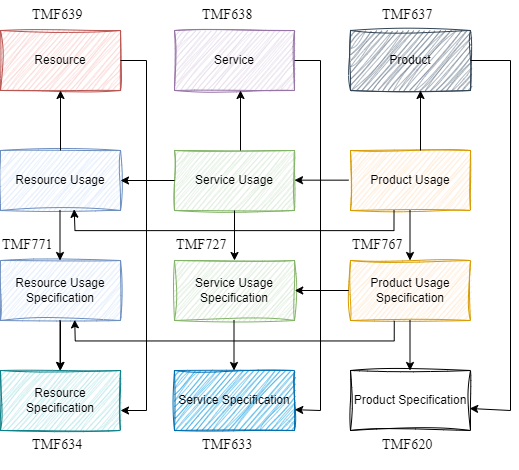
Before: Unbenanntes Diagramm.drawio.png, a diagram exported from draw.io (slookin/stuff). Source tidied: cells renumbered, new cells last; positions are measured from the earlier drawing's top-left corner, leaving out a move shared by most shapes.
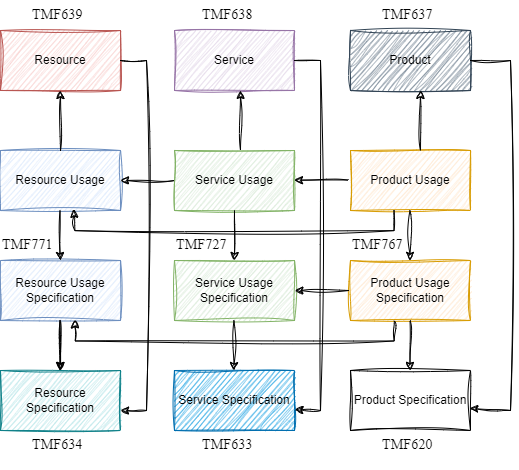
After the commit.

What changed in the source:
```diff
@@ -5,7 +5,7 @@
     <mxCell id="2" value="Resource Usage" style="rounded=0;whiteSpace=wrap;html=1;sketch=1;curveFitting=1;jiggle=2;fillColor=#dae8fc;strokeColor=#6c8ebf;" parent="1" vertex="1">
       <mxGeometry y="150" width="120" height="60" as="geometry" />
     </mxCell>
-    <mxCell id="3" style="edgeStyle=orthogonalEdgeStyle;rounded=0;jettySize=auto;html=1;" parent="1" edge="1" source="4" target="12">
+    <mxCell id="3" style="edgeStyle=orthogonalEdgeStyle;rounded=0;jettySize=auto;html=1;sketch=1;curveFitting=1;jiggle=2;" parent="1" edge="1" source="4" target="12">
       <mxGeometry relative="1" as="geometry" />
     </mxCell>
     <mxCell id="4" value="Resource Usage Specification" style="rounded=0;whiteSpace=wrap;html=1;sketch=1;curveFitting=1;jiggle=2;fillColor=#dae8fc;strokeColor=#6c8ebf;" parent="1" vertex="1">
@@ -41,40 +41,40 @@
     <mxCell id="14" value="Service Specification" style="rounded=0;whiteSpace=wrap;html=1;sketch=1;curveFitting=1;jiggle=2;fillColor=#1ba1e2;strokeColor=#006EAF;fontColor=#000000;" parent="1" vertex="1">
       <mxGeometry x="174" y="370" width="120" height="60" as="geometry" />
     </mxCell>
-    <mxCell id="15" style="endArrow=classic;html=1;rounded=0;exitX=0.5;exitY=1;exitDx=0;exitDy=0;entryX=0.5;entryY=0;entryDx=0;entryDy=0;" parent="1" edge="1" source="5" target="6">
+    <mxCell id="15" style="endArrow=classic;html=1;rounded=0;exitX=0.5;exitY=1;exitDx=0;exitDy=0;entryX=0.5;entryY=0;entryDx=0;entryDy=0;sketch=1;curveFitting=1;jiggle=2;" parent="1" edge="1" source="5" target="6">
       <mxGeometry relative="1" as="geometry" />
     </mxCell>
-    <mxCell id="16" style="endArrow=classic;html=1;rounded=0;exitX=0.5;exitY=1;exitDx=0;exitDy=0;entryX=0.5;entryY=0;entryDx=0;entryDy=0;" parent="1" edge="1">
+    <mxCell id="16" style="endArrow=classic;html=1;rounded=0;exitX=0.5;exitY=1;exitDx=0;exitDy=0;entryX=0.5;entryY=0;entryDx=0;entryDy=0;sketch=1;curveFitting=1;jiggle=2;" parent="1" edge="1">
       <mxGeometry relative="1" as="geometry">
         <mxPoint x="409.5" y="210" as="sourcePoint" />
         <mxPoint x="409.5" y="260" as="targetPoint" />
       </mxGeometry>
     </mxCell>
-    <mxCell id="17" style="endArrow=classic;html=1;rounded=0;exitX=0.5;exitY=1;exitDx=0;exitDy=0;entryX=0.5;entryY=0;entryDx=0;entryDy=0;" parent="1" edge="1">
+    <mxCell id="17" style="endArrow=classic;html=1;rounded=0;exitX=0.5;exitY=1;exitDx=0;exitDy=0;entryX=0.5;entryY=0;entryDx=0;entryDy=0;sketch=1;curveFitting=1;jiggle=2;" parent="1" edge="1">
       <mxGeometry relative="1" as="geometry">
         <mxPoint x="409.5" y="320" as="sourcePoint" />
         <mxPoint x="409.5" y="370" as="targetPoint" />
       </mxGeometry>
     </mxCell>
-    <mxCell id="18" style="endArrow=classic;html=1;rounded=0;exitX=0.5;exitY=1;exitDx=0;exitDy=0;entryX=0.5;entryY=0;entryDx=0;entryDy=0;" parent="1" edge="1">
+    <mxCell id="18" style="endArrow=classic;html=1;rounded=0;exitX=0.5;exitY=1;exitDx=0;exitDy=0;entryX=0.5;entryY=0;entryDx=0;entryDy=0;sketch=1;curveFitting=1;jiggle=2;" parent="1" edge="1">
       <mxGeometry relative="1" as="geometry">
         <mxPoint x="233.5" y="320" as="sourcePoint" />
         <mxPoint x="233.5" y="370" as="targetPoint" />
       </mxGeometry>
     </mxCell>
-    <mxCell id="19" style="endArrow=classic;html=1;rounded=0;exitX=0.5;exitY=1;exitDx=0;exitDy=0;entryX=0.5;entryY=0;entryDx=0;entryDy=0;" parent="1" edge="1">
+    <mxCell id="19" style="endArrow=classic;html=1;rounded=0;exitX=0.5;exitY=1;exitDx=0;exitDy=0;entryX=0.5;entryY=0;entryDx=0;entryDy=0;sketch=1;curveFitting=1;jiggle=2;" parent="1" edge="1">
       <mxGeometry relative="1" as="geometry">
         <mxPoint x="59.5" y="320" as="sourcePoint" />
         <mxPoint x="59.5" y="370" as="targetPoint" />
       </mxGeometry>
     </mxCell>
-    <mxCell id="20" style="endArrow=classic;html=1;rounded=0;exitX=0.5;exitY=1;exitDx=0;exitDy=0;entryX=0.5;entryY=0;entryDx=0;entryDy=0;" parent="1" edge="1">
+    <mxCell id="20" style="endArrow=classic;html=1;rounded=0;exitX=0.5;exitY=1;exitDx=0;exitDy=0;entryX=0.5;entryY=0;entryDx=0;entryDy=0;sketch=1;curveFitting=1;jiggle=2;" parent="1" edge="1">
       <mxGeometry relative="1" as="geometry">
         <mxPoint x="59.5" y="210" as="sourcePoint" />
         <mxPoint x="59.5" y="260" as="targetPoint" />
       </mxGeometry>
     </mxCell>
-    <mxCell id="21" style="endArrow=classic;html=1;rounded=0;exitX=1;exitY=0.5;exitDx=0;exitDy=0;entryX=0.993;entryY=0.633;entryDx=0;entryDy=0;entryPerimeter=0;" parent="1" edge="1" source="11" target="13">
+    <mxCell id="21" style="endArrow=classic;html=1;rounded=0;exitX=1;exitY=0.5;exitDx=0;exitDy=0;entryX=0.993;entryY=0.633;entryDx=0;entryDy=0;entryPerimeter=0;sketch=1;curveFitting=1;jiggle=2;" parent="1" edge="1" source="11" target="13">
       <mxGeometry relative="1" as="geometry">
         <Array as="points">
           <mxPoint x="510" y="60" />
@@ -82,7 +82,7 @@
         </Array>
       </mxGeometry>
     </mxCell>
-    <mxCell id="22" style="endArrow=classic;html=1;rounded=0;entryX=1.002;entryY=0.653;entryDx=0;entryDy=0;entryPerimeter=0;exitX=1;exitY=0.5;exitDx=0;exitDy=0;" parent="1" edge="1" source="10" target="14">
+    <mxCell id="22" style="endArrow=classic;html=1;rounded=0;entryX=1.002;entryY=0.653;entryDx=0;entryDy=0;entryPerimeter=0;exitX=1;exitY=0.5;exitDx=0;exitDy=0;sketch=1;curveFitting=1;jiggle=2;" parent="1" edge="1" source="10" target="14">
       <mxGeometry relative="1" as="geometry">
         <Array as="points">
           <mxPoint x="320" y="60" />
@@ -90,7 +90,7 @@
         </Array>
       </mxGeometry>
     </mxCell>
-    <mxCell id="23" style="endArrow=classic;html=1;rounded=0;exitX=1;exitY=0.5;exitDx=0;exitDy=0;" parent="1" edge="1">
+    <mxCell id="23" style="endArrow=classic;html=1;rounded=0;exitX=1;exitY=0.5;exitDx=0;exitDy=0;sketch=1;curveFitting=1;jiggle=2;" parent="1" edge="1">
       <mxGeometry relative="1" as="geometry">
         <mxPoint x="120" y="60" as="sourcePoint" />
         <mxPoint x="120" y="410" as="targetPoint" />
@@ -100,58 +100,58 @@
         </Array>
       </mxGeometry>
     </mxCell>
-    <mxCell id="24" style="endArrow=classic;html=1;rounded=0;entryX=0.5;entryY=1;entryDx=0;entryDy=0;exitX=0.5;exitY=0;exitDx=0;exitDy=0;" parent="1" edge="1" source="2" target="9">
+    <mxCell id="24" style="endArrow=classic;html=1;rounded=0;entryX=0.5;entryY=1;entryDx=0;entryDy=0;exitX=0.5;exitY=0;exitDx=0;exitDy=0;sketch=1;curveFitting=1;jiggle=2;" parent="1" edge="1" source="2" target="9">
       <mxGeometry relative="1" as="geometry" />
     </mxCell>
-    <mxCell id="25" style="endArrow=classic;html=1;rounded=0;entryX=0.5;entryY=1;entryDx=0;entryDy=0;exitX=0.5;exitY=0;exitDx=0;exitDy=0;" parent="1" edge="1">
+    <mxCell id="25" style="endArrow=classic;html=1;rounded=0;entryX=0.5;entryY=1;entryDx=0;entryDy=0;exitX=0.5;exitY=0;exitDx=0;exitDy=0;sketch=1;curveFitting=1;jiggle=2;" parent="1" edge="1">
       <mxGeometry relative="1" as="geometry">
         <mxPoint x="240" y="150" as="sourcePoint" />
         <mxPoint x="240" y="90" as="targetPoint" />
       </mxGeometry>
     </mxCell>
-    <mxCell id="26" style="endArrow=classic;html=1;rounded=0;entryX=0.5;entryY=1;entryDx=0;entryDy=0;exitX=0.5;exitY=0;exitDx=0;exitDy=0;" parent="1" edge="1">
+    <mxCell id="26" style="endArrow=classic;html=1;rounded=0;entryX=0.5;entryY=1;entryDx=0;entryDy=0;exitX=0.5;exitY=0;exitDx=0;exitDy=0;sketch=1;curveFitting=1;jiggle=2;" parent="1" edge="1">
       <mxGeometry relative="1" as="geometry">
         <mxPoint x="420" y="150" as="sourcePoint" />
         <mxPoint x="420" y="90" as="targetPoint" />
       </mxGeometry>
     </mxCell>
-    <mxCell id="27" value="&lt;span style=&quot;color: rgb(0, 0, 0); font-family: __gothamFont_add2ec, __gothamFont_Fallback_add2ec; font-size: 14px; font-style: normal; font-variant-ligatures: normal; font-variant-caps: normal; font-weight: 400; letter-spacing: 0.14994px; orphans: 2; text-align: center; text-indent: 0px; text-transform: none; widows: 2; word-spacing: 0px; -webkit-text-stroke-width: 0px; background-color: rgb(255, 255, 255); text-decoration-thickness: initial; text-decoration-style: initial; text-decoration-color: initial; float: none; display: inline !important;&quot;&gt;TMF637&lt;/span&gt;" style="text;whiteSpace=wrap;html=1;" parent="1" vertex="1">
+    <mxCell id="27" value="&lt;span style=&quot;color: rgb(0, 0, 0); font-family: __gothamFont_add2ec, __gothamFont_Fallback_add2ec; font-size: 14px; font-style: normal; font-variant-ligatures: normal; font-variant-caps: normal; font-weight: 400; letter-spacing: 0.14994px; orphans: 2; text-align: center; text-indent: 0px; text-transform: none; widows: 2; word-spacing: 0px; -webkit-text-stroke-width: 0px; background-color: rgb(255, 255, 255); text-decoration-thickness: initial; text-decoration-style: initial; text-decoration-color: initial; float: none; display: inline !important;&quot;&gt;TMF637&lt;/span&gt;" style="text;whiteSpace=wrap;html=1;sketch=1;curveFitting=1;jiggle=2;" parent="1" vertex="1">
       <mxGeometry x="380" width="80" height="40" as="geometry" />
     </mxCell>
-    <mxCell id="28" value="&lt;span style=&quot;color: rgb(0, 0, 0); font-family: __gothamFont_add2ec, __gothamFont_Fallback_add2ec; font-size: 14px; font-style: normal; font-variant-ligatures: normal; font-variant-caps: normal; font-weight: 400; letter-spacing: 0.14994px; orphans: 2; text-align: center; text-indent: 0px; text-transform: none; widows: 2; word-spacing: 0px; -webkit-text-stroke-width: 0px; background-color: rgb(255, 255, 255); text-decoration-thickness: initial; text-decoration-style: initial; text-decoration-color: initial; float: none; display: inline !important;&quot;&gt;TMF638&lt;/span&gt;" style="text;whiteSpace=wrap;html=1;" parent="1" vertex="1">
+    <mxCell id="28" value="&lt;span style=&quot;color: rgb(0, 0, 0); font-family: __gothamFont_add2ec, __gothamFont_Fallback_add2ec; font-size: 14px; font-style: normal; font-variant-ligatures: normal; font-variant-caps: normal; font-weight: 400; letter-spacing: 0.14994px; orphans: 2; text-align: center; text-indent: 0px; text-transform: none; widows: 2; word-spacing: 0px; -webkit-text-stroke-width: 0px; background-color: rgb(255, 255, 255); text-decoration-thickness: initial; text-decoration-style: initial; text-decoration-color: initial; float: none; display: inline !important;&quot;&gt;TMF638&lt;/span&gt;" style="text;whiteSpace=wrap;html=1;sketch=1;curveFitting=1;jiggle=2;" parent="1" vertex="1">
       <mxGeometry x="200" width="80" height="40" as="geometry" />
     </mxCell>
-    <mxCell id="29" value="&lt;span style=&quot;color: rgb(0, 0, 0); font-family: __gothamFont_add2ec, __gothamFont_Fallback_add2ec; font-size: 14px; font-style: normal; font-variant-ligatures: normal; font-variant-caps: normal; font-weight: 400; letter-spacing: 0.14994px; orphans: 2; text-align: center; text-indent: 0px; text-transform: none; widows: 2; word-spacing: 0px; -webkit-text-stroke-width: 0px; background-color: rgb(255, 255, 255); text-decoration-thickness: initial; text-decoration-style: initial; text-decoration-color: initial; float: none; display: inline !important;&quot;&gt;TMF639&lt;/span&gt;" style="text;whiteSpace=wrap;html=1;" parent="1" vertex="1">
+    <mxCell id="29" value="&lt;span style=&quot;color: rgb(0, 0, 0); font-family: __gothamFont_add2ec, __gothamFont_Fallback_add2ec; font-size: 14px; font-style: normal; font-variant-ligatures: normal; font-variant-caps: normal; font-weight: 400; letter-spacing: 0.14994px; orphans: 2; text-align: center; text-indent: 0px; text-transform: none; widows: 2; word-spacing: 0px; -webkit-text-stroke-width: 0px; background-color: rgb(255, 255, 255); text-decoration-thickness: initial; text-decoration-style: initial; text-decoration-color: initial; float: none; display: inline !important;&quot;&gt;TMF639&lt;/span&gt;" style="text;whiteSpace=wrap;html=1;sketch=1;curveFitting=1;jiggle=2;" parent="1" vertex="1">
       <mxGeometry x="30" width="80" height="40" as="geometry" />
     </mxCell>
-    <mxCell id="30" value="&lt;span style=&quot;color: rgb(0, 0, 0); font-family: __gothamFont_add2ec, __gothamFont_Fallback_add2ec; font-size: 14px; font-style: normal; font-variant-ligatures: normal; font-variant-caps: normal; font-weight: 400; letter-spacing: 0.14994px; orphans: 2; text-align: center; text-indent: 0px; text-transform: none; widows: 2; word-spacing: 0px; -webkit-text-stroke-width: 0px; background-color: rgb(255, 255, 255); text-decoration-thickness: initial; text-decoration-style: initial; text-decoration-color: initial; float: none; display: inline !important;&quot;&gt;TMF633&lt;/span&gt;" style="text;whiteSpace=wrap;html=1;" parent="1" vertex="1">
+    <mxCell id="30" value="&lt;span style=&quot;color: rgb(0, 0, 0); font-family: __gothamFont_add2ec, __gothamFont_Fallback_add2ec; font-size: 14px; font-style: normal; font-variant-ligatures: normal; font-variant-caps: normal; font-weight: 400; letter-spacing: 0.14994px; orphans: 2; text-align: center; text-indent: 0px; text-transform: none; widows: 2; word-spacing: 0px; -webkit-text-stroke-width: 0px; background-color: rgb(255, 255, 255); text-decoration-thickness: initial; text-decoration-style: initial; text-decoration-color: initial; float: none; display: inline !important;&quot;&gt;TMF633&lt;/span&gt;" style="text;whiteSpace=wrap;html=1;sketch=1;curveFitting=1;jiggle=2;" parent="1" vertex="1">
       <mxGeometry x="200" y="430" width="80" height="40" as="geometry" />
     </mxCell>
-    <mxCell id="31" value="&lt;span style=&quot;color: rgb(0, 0, 0); font-family: __gothamFont_add2ec, __gothamFont_Fallback_add2ec; font-size: 14px; font-style: normal; font-variant-ligatures: normal; font-variant-caps: normal; font-weight: 400; letter-spacing: 0.14994px; orphans: 2; text-align: center; text-indent: 0px; text-transform: none; widows: 2; word-spacing: 0px; -webkit-text-stroke-width: 0px; background-color: rgb(255, 255, 255); text-decoration-thickness: initial; text-decoration-style: initial; text-decoration-color: initial; float: none; display: inline !important;&quot;&gt;TMF620&lt;/span&gt;" style="text;whiteSpace=wrap;html=1;" parent="1" vertex="1">
+    <mxCell id="31" value="&lt;span style=&quot;color: rgb(0, 0, 0); font-family: __gothamFont_add2ec, __gothamFont_Fallback_add2ec; font-size: 14px; font-style: normal; font-variant-ligatures: normal; font-variant-caps: normal; font-weight: 400; letter-spacing: 0.14994px; orphans: 2; text-align: center; text-indent: 0px; text-transform: none; widows: 2; word-spacing: 0px; -webkit-text-stroke-width: 0px; background-color: rgb(255, 255, 255); text-decoration-thickness: initial; text-decoration-style: initial; text-decoration-color: initial; float: none; display: inline !important;&quot;&gt;TMF620&lt;/span&gt;" style="text;whiteSpace=wrap;html=1;sketch=1;curveFitting=1;jiggle=2;" parent="1" vertex="1">
       <mxGeometry x="380" y="430" width="80" height="40" as="geometry" />
     </mxCell>
-    <mxCell id="32" value="&lt;span style=&quot;color: rgb(0, 0, 0); font-family: __gothamFont_add2ec, __gothamFont_Fallback_add2ec; font-size: 14px; font-style: normal; font-variant-ligatures: normal; font-variant-caps: normal; font-weight: 400; letter-spacing: 0.14994px; orphans: 2; text-align: center; text-indent: 0px; text-transform: none; widows: 2; word-spacing: 0px; -webkit-text-stroke-width: 0px; background-color: rgb(255, 255, 255); text-decoration-thickness: initial; text-decoration-style: initial; text-decoration-color: initial; float: none; display: inline !important;&quot;&gt;TMF634&lt;/span&gt;" style="text;whiteSpace=wrap;html=1;" parent="1" vertex="1">
+    <mxCell id="32" value="&lt;span style=&quot;color: rgb(0, 0, 0); font-family: __gothamFont_add2ec, __gothamFont_Fallback_add2ec; font-size: 14px; font-style: normal; font-variant-ligatures: normal; font-variant-caps: normal; font-weight: 400; letter-spacing: 0.14994px; orphans: 2; text-align: center; text-indent: 0px; text-transform: none; widows: 2; word-spacing: 0px; -webkit-text-stroke-width: 0px; background-color: rgb(255, 255, 255); text-decoration-thickness: initial; text-decoration-style: initial; text-decoration-color: initial; float: none; display: inline !important;&quot;&gt;TMF634&lt;/span&gt;" style="text;whiteSpace=wrap;html=1;sketch=1;curveFitting=1;jiggle=2;" parent="1" vertex="1">
       <mxGeometry x="30" y="430" width="80" height="30" as="geometry" />
     </mxCell>
-    <mxCell id="33" value="&lt;span style=&quot;color: rgb(0, 0, 0); font-family: __gothamFont_add2ec, __gothamFont_Fallback_add2ec; font-size: 14px; font-style: normal; font-variant-ligatures: normal; font-variant-caps: normal; font-weight: 400; letter-spacing: 0.14994px; orphans: 2; text-align: center; text-indent: 0px; text-transform: none; widows: 2; word-spacing: 0px; -webkit-text-stroke-width: 0px; background-color: rgb(255, 255, 255); text-decoration-thickness: initial; text-decoration-style: initial; text-decoration-color: initial; float: none; display: inline !important;&quot;&gt;TMF771&lt;/span&gt;" style="text;whiteSpace=wrap;html=1;" parent="1" vertex="1">
+    <mxCell id="33" value="&lt;span style=&quot;color: rgb(0, 0, 0); font-family: __gothamFont_add2ec, __gothamFont_Fallback_add2ec; font-size: 14px; font-style: normal; font-variant-ligatures: normal; font-variant-caps: normal; font-weight: 400; letter-spacing: 0.14994px; orphans: 2; text-align: center; text-indent: 0px; text-transform: none; widows: 2; word-spacing: 0px; -webkit-text-stroke-width: 0px; background-color: rgb(255, 255, 255); text-decoration-thickness: initial; text-decoration-style: initial; text-decoration-color: initial; float: none; display: inline !important;&quot;&gt;TMF771&lt;/span&gt;" style="text;whiteSpace=wrap;html=1;sketch=1;curveFitting=1;jiggle=2;" parent="1" vertex="1">
       <mxGeometry y="230" width="80" height="40" as="geometry" />
     </mxCell>
-    <mxCell id="34" value="&lt;span style=&quot;color: rgb(0, 0, 0); font-family: __gothamFont_add2ec, __gothamFont_Fallback_add2ec; font-size: 14px; font-style: normal; font-variant-ligatures: normal; font-variant-caps: normal; font-weight: 400; letter-spacing: 0.14994px; orphans: 2; text-align: center; text-indent: 0px; text-transform: none; widows: 2; word-spacing: 0px; -webkit-text-stroke-width: 0px; background-color: rgb(255, 255, 255); text-decoration-thickness: initial; text-decoration-style: initial; text-decoration-color: initial; float: none; display: inline !important;&quot;&gt;TMF727&lt;/span&gt;" style="text;whiteSpace=wrap;html=1;" parent="1" vertex="1">
+    <mxCell id="34" value="&lt;span style=&quot;color: rgb(0, 0, 0); font-family: __gothamFont_add2ec, __gothamFont_Fallback_add2ec; font-size: 14px; font-style: normal; font-variant-ligatures: normal; font-variant-caps: normal; font-weight: 400; letter-spacing: 0.14994px; orphans: 2; text-align: center; text-indent: 0px; text-transform: none; widows: 2; word-spacing: 0px; -webkit-text-stroke-width: 0px; background-color: rgb(255, 255, 255); text-decoration-thickness: initial; text-decoration-style: initial; text-decoration-color: initial; float: none; display: inline !important;&quot;&gt;TMF727&lt;/span&gt;" style="text;whiteSpace=wrap;html=1;sketch=1;curveFitting=1;jiggle=2;" parent="1" vertex="1">
       <mxGeometry x="174" y="230" width="80" height="40" as="geometry" />
     </mxCell>
-    <mxCell id="35" value="&lt;span style=&quot;color: rgb(0, 0, 0); font-family: __gothamFont_add2ec, __gothamFont_Fallback_add2ec; font-size: 14px; font-style: normal; font-variant-ligatures: normal; font-variant-caps: normal; font-weight: 400; letter-spacing: 0.14994px; orphans: 2; text-align: center; text-indent: 0px; text-transform: none; widows: 2; word-spacing: 0px; -webkit-text-stroke-width: 0px; background-color: rgb(255, 255, 255); text-decoration-thickness: initial; text-decoration-style: initial; text-decoration-color: initial; float: none; display: inline !important;&quot;&gt;TMF767&lt;/span&gt;" style="text;whiteSpace=wrap;html=1;" parent="1" vertex="1">
+    <mxCell id="35" value="&lt;span style=&quot;color: rgb(0, 0, 0); font-family: __gothamFont_add2ec, __gothamFont_Fallback_add2ec; font-size: 14px; font-style: normal; font-variant-ligatures: normal; font-variant-caps: normal; font-weight: 400; letter-spacing: 0.14994px; orphans: 2; text-align: center; text-indent: 0px; text-transform: none; widows: 2; word-spacing: 0px; -webkit-text-stroke-width: 0px; background-color: rgb(255, 255, 255); text-decoration-thickness: initial; text-decoration-style: initial; text-decoration-color: initial; float: none; display: inline !important;&quot;&gt;TMF767&lt;/span&gt;" style="text;whiteSpace=wrap;html=1;sketch=1;curveFitting=1;jiggle=2;" parent="1" vertex="1">
       <mxGeometry x="350" y="230" width="80" height="40" as="geometry" />
     </mxCell>
-    <mxCell id="36" style="endArrow=classic;html=1;rounded=0;entryX=1;entryY=0.5;entryDx=0;entryDy=0;exitX=0;exitY=0.5;exitDx=0;exitDy=0;" parent="1" edge="1" source="5" target="2">
+    <mxCell id="36" style="endArrow=classic;html=1;rounded=0;entryX=1;entryY=0.5;entryDx=0;entryDy=0;exitX=0;exitY=0.5;exitDx=0;exitDy=0;sketch=1;curveFitting=1;jiggle=2;" parent="1" edge="1" source="5" target="2">
       <mxGeometry relative="1" as="geometry" />
     </mxCell>
-    <mxCell id="37" style="endArrow=classic;html=1;rounded=0;entryX=1;entryY=0.5;entryDx=0;entryDy=0;exitX=0;exitY=0.5;exitDx=0;exitDy=0;" parent="1" edge="1">
+    <mxCell id="37" style="endArrow=classic;html=1;rounded=0;entryX=1;entryY=0.5;entryDx=0;entryDy=0;exitX=0;exitY=0.5;exitDx=0;exitDy=0;sketch=1;curveFitting=1;jiggle=2;" parent="1" edge="1">
       <mxGeometry relative="1" as="geometry">
         <mxPoint x="348" y="179.7" as="sourcePoint" />
         <mxPoint x="294" y="179.7" as="targetPoint" />
       </mxGeometry>
     </mxCell>
-    <mxCell id="38" style="endArrow=classic;html=1;rounded=0;exitX=0.367;exitY=0.998;exitDx=0;exitDy=0;exitPerimeter=0;entryX=0.614;entryY=0.98;entryDx=0;entryDy=0;entryPerimeter=0;" parent="1" edge="1" target="2">
+    <mxCell id="38" style="endArrow=classic;html=1;rounded=0;exitX=0.367;exitY=0.998;exitDx=0;exitDy=0;exitPerimeter=0;entryX=0.614;entryY=0.98;entryDx=0;entryDy=0;entryPerimeter=0;sketch=1;curveFitting=1;jiggle=2;" parent="1" edge="1" target="2">
       <mxGeometry relative="1" as="geometry">
         <mxPoint x="393.5" y="210" as="sourcePoint" />
         <Array as="points">
@@ -160,13 +160,13 @@
         </Array>
       </mxGeometry>
     </mxCell>
-    <mxCell id="39" style="endArrow=classic;html=1;rounded=0;entryX=1;entryY=0.5;entryDx=0;entryDy=0;exitX=0;exitY=0.5;exitDx=0;exitDy=0;" parent="1" edge="1">
+    <mxCell id="39" style="endArrow=classic;html=1;rounded=0;entryX=1;entryY=0.5;entryDx=0;entryDy=0;exitX=0;exitY=0.5;exitDx=0;exitDy=0;sketch=1;curveFitting=1;jiggle=2;" parent="1" edge="1">
       <mxGeometry relative="1" as="geometry">
         <mxPoint x="348.2" y="290" as="sourcePoint" />
         <mxPoint x="294.2" y="290" as="targetPoint" />
       </mxGeometry>
     </mxCell>
-    <mxCell id="40" style="endArrow=classic;html=1;rounded=0;exitX=0.367;exitY=0.998;exitDx=0;exitDy=0;exitPerimeter=0;entryX=0.614;entryY=0.98;entryDx=0;entryDy=0;entryPerimeter=0;" parent="1" edge="1">
+    <mxCell id="40" style="endArrow=classic;html=1;rounded=0;exitX=0.367;exitY=0.998;exitDx=0;exitDy=0;exitPerimeter=0;entryX=0.614;entryY=0.98;entryDx=0;entryDy=0;entryPerimeter=0;sketch=1;curveFitting=1;jiggle=2;" parent="1" edge="1">
       <mxGeometry relative="1" as="geometry">
         <mxPoint x="393.8" y="320.3" as="sourcePoint" />
         <mxPoint x="74.2" y="319.3" as="targetPoint" />
```
